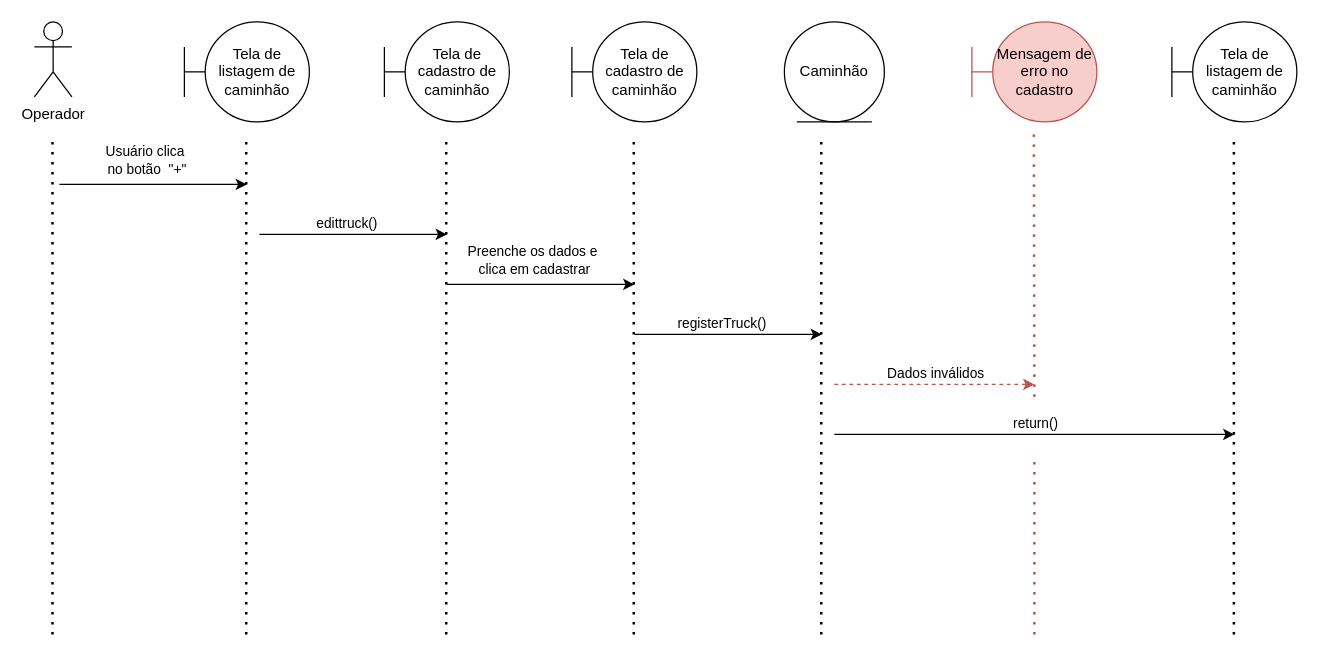
Before: page "Diagrama de sequencia - Cadastro de Caminhão" (17 of 24) of docs/diagrams/MTruck Diagrams.drawio in iamseki/mtruck-api, a draw.io diagram. Source tidied: cells renumbered, new cells numbered last; positions are measured from the earlier drawing's top-left corner, leaving out a move shared by most shapes. Both pictures are drawn from the tidied source at 125%, with x=0, y=0 at pixel (34, 21).
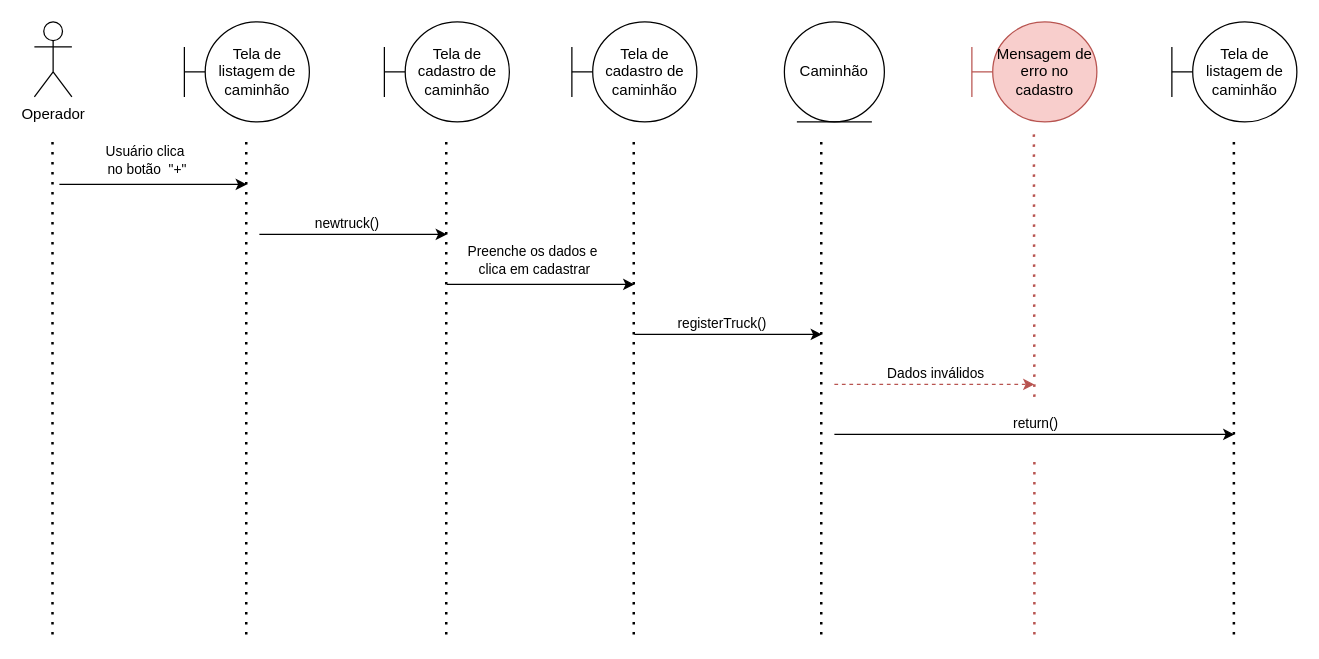
Above is the later version.

Unchanged cells that the change refers to:
```xml
<mxCell id="19" style="endArrow=classic;html=1;" parent="1" edge="1">
  <mxGeometry relative="1" as="geometry">
    <mxPoint x="180" y="170" as="sourcePoint" />
    <mxPoint x="330" y="170" as="targetPoint" />
  </mxGeometry>
</mxCell>
```

Change to the diagram source:
```diff
@@
-    <mxCell id="20" value="edittruck()" style="edgeLabel;html=1;align=center;verticalAlign=middle;" parent="19" vertex="1">
+    <mxCell id="20" value="newtruck()" style="edgeLabel;html=1;align=center;verticalAlign=middle;" parent="19" vertex="1">
       <mxGeometry x="0.11" y="1" relative="1" as="geometry">
         <mxPoint x="-13.3" y="-9" as="offset" />
       </mxGeometry>
     </mxCell>
```
